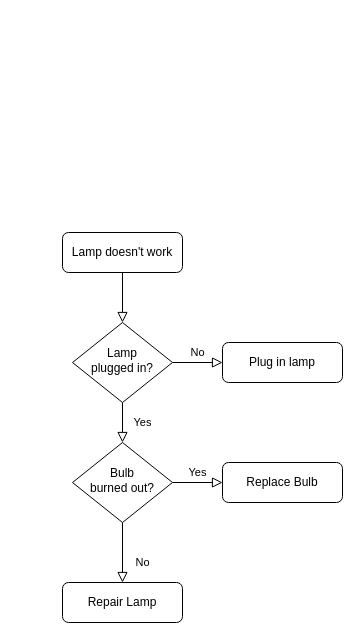
Above: Untitled Diagram.drawio in Dora-The-Kid/culture_network (draw.io), before the change. Source tidied: cells renumbered, new cells numbered last; positions are measured from the earlier drawing's top-left corner, leaving out a move shared by most shapes. Both pictures are drawn from the tidied source at 100%, with x=0, y=0 at pixel (62, 232).
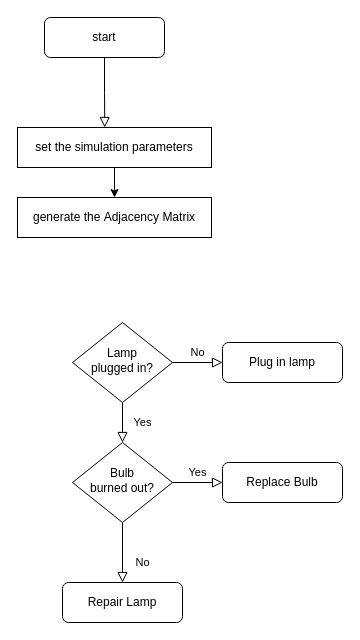
The same diagram, later.

Diff of the diagram source:
```diff
@@
 <mxGraphModel>
   <root>
     <mxCell id="0" />
     <mxCell id="1" parent="0" />
-    <mxCell id="2" style="rounded=0;html=1;jettySize=auto;fontSize=11;endArrow=block;endFill=0;endSize=8;strokeWidth=1;shadow=0;labelBackgroundColor=none;edgeStyle=orthogonalEdgeStyle;" parent="1" edge="1" source="3" target="6">
+    <mxCell id="2" style="rounded=0;html=1;jettySize=auto;fontSize=11;endArrow=block;endFill=0;endSize=8;strokeWidth=1;shadow=0;labelBackgroundColor=none;edgeStyle=orthogonalEdgeStyle;entryX=0.45;entryY=0;entryDx=0;entryDy=0;entryPerimeter=0;" parent="1" edge="1" source="3" target="15">
       <mxGeometry relative="1" as="geometry" />
     </mxCell>
-    <mxCell id="3" value="Lamp doesn't work" style="rounded=1;whiteSpace=wrap;html=1;fontSize=12;glass=0;strokeWidth=1;shadow=0;" parent="1" vertex="1">
-      <mxGeometry width="120" height="40" as="geometry" />
+    <mxCell id="3" value="start" style="rounded=1;whiteSpace=wrap;html=1;fontSize=12;glass=0;strokeWidth=1;shadow=0;" parent="1" vertex="1">
+      <mxGeometry x="-18" y="-215" width="120" height="40" as="geometry" />
     </mxCell>
     <mxCell id="4" value="Yes" style="rounded=0;html=1;jettySize=auto;fontSize=11;endArrow=block;endFill=0;endSize=8;strokeWidth=1;shadow=0;labelBackgroundColor=none;edgeStyle=orthogonalEdgeStyle;" parent="1" edge="1" source="6" target="10">
       <mxGeometry y="20" relative="1" as="geometry" />
     </mxCell>
     <mxCell id="5" value="No" style="edgeStyle=orthogonalEdgeStyle;rounded=0;html=1;jettySize=auto;fontSize=11;endArrow=block;endFill=0;endSize=8;strokeWidth=1;shadow=0;labelBackgroundColor=none;" parent="1" edge="1" source="6" target="7">
       <mxGeometry y="10" relative="1" as="geometry" />
     </mxCell>
+    <mxCell id="13" style="edgeStyle=orthogonalEdgeStyle;rounded=0;jettySize=auto;html=1;exitX=0.5;exitY=0;exitDx=0;exitDy=0;" parent="1" edge="1" source="6">
+      <mxGeometry relative="1" as="geometry">
+        <mxPoint x="60" y="90" as="targetPoint" />
+      </mxGeometry>
+    </mxCell>
     <mxCell id="6" value="Lamp&lt;br&gt;plugged in?" style="rhombus;whiteSpace=wrap;html=1;shadow=0;fontFamily=Helvetica;fontSize=12;align=center;strokeWidth=1;spacing=6;spacingTop=-4;" parent="1" vertex="1">
       <mxGeometry x="10" y="90" width="100" height="80" as="geometry" />
     </mxCell>
     <mxCell id="7" value="Plug in lamp" style="rounded=1;whiteSpace=wrap;html=1;fontSize=12;glass=0;strokeWidth=1;shadow=0;" parent="1" vertex="1">
       <mxGeometry x="160" y="110" width="120" height="40" as="geometry" />
     </mxCell>
     <mxCell id="8" value="No" style="rounded=0;html=1;jettySize=auto;fontSize=11;endArrow=block;endFill=0;endSize=8;strokeWidth=1;shadow=0;labelBackgroundColor=none;edgeStyle=orthogonalEdgeStyle;" parent="1" edge="1" source="10" target="11">
       <mxGeometry x="0.33" y="20" relative="1" as="geometry" />
     </mxCell>
     <mxCell id="9" value="Yes" style="edgeStyle=orthogonalEdgeStyle;rounded=0;html=1;jettySize=auto;fontSize=11;endArrow=block;endFill=0;endSize=8;strokeWidth=1;shadow=0;labelBackgroundColor=none;" parent="1" edge="1" source="10" target="12">
       <mxGeometry y="10" relative="1" as="geometry" />
     </mxCell>
     <mxCell id="10" value="Bulb&lt;br&gt;burned out?" style="rhombus;whiteSpace=wrap;html=1;shadow=0;fontFamily=Helvetica;fontSize=12;align=center;strokeWidth=1;spacing=6;spacingTop=-4;" parent="1" vertex="1">
       <mxGeometry x="10" y="210" width="100" height="80" as="geometry" />
     </mxCell>
     <mxCell id="11" value="Repair Lamp" style="rounded=1;whiteSpace=wrap;html=1;fontSize=12;glass=0;strokeWidth=1;shadow=0;" parent="1" vertex="1">
       <mxGeometry y="350" width="120" height="40" as="geometry" />
     </mxCell>
     <mxCell id="12" value="Replace Bulb" style="rounded=1;whiteSpace=wrap;html=1;fontSize=12;glass=0;strokeWidth=1;shadow=0;" parent="1" vertex="1">
       <mxGeometry x="160" y="230" width="120" height="40" as="geometry" />
     </mxCell>
+    <mxCell id="14" style="edgeStyle=orthogonalEdgeStyle;rounded=0;jettySize=auto;html=1;exitX=0.5;exitY=1;exitDx=0;exitDy=0;entryX=0.5;entryY=0;entryDx=0;entryDy=0;" parent="1" edge="1" source="15" target="16">
+      <mxGeometry relative="1" as="geometry" />
+    </mxCell>
+    <mxCell id="15" value="set the simulation parameters" style="rounded=0;whiteSpace=wrap;html=1;" parent="1" vertex="1">
+      <mxGeometry x="-45" y="-105" width="194" height="40" as="geometry" />
+    </mxCell>
+    <mxCell id="16" value="generate the&amp;nbsp;Adjacency Matrix" style="rounded=0;whiteSpace=wrap;html=1;" parent="1" vertex="1">
+      <mxGeometry x="-45" y="-35" width="194" height="40" as="geometry" />
+    </mxCell>
   </root>
 </mxGraphModel>
```
